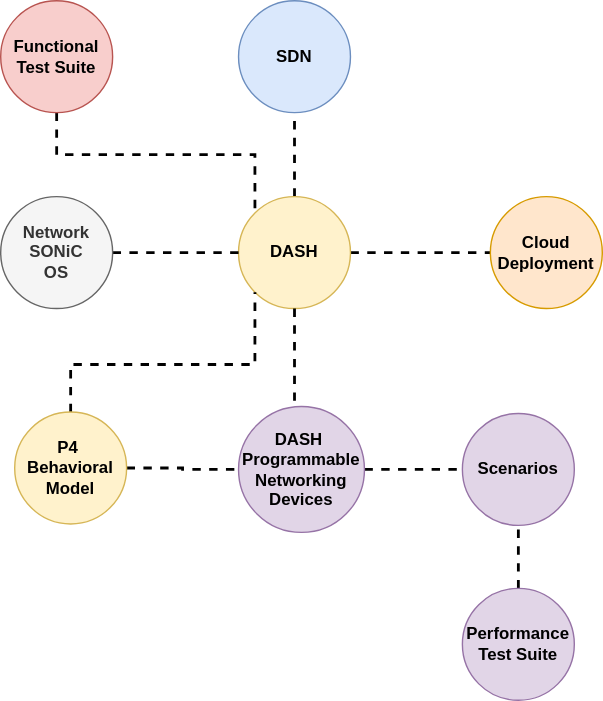
Before: documentation/general/design/images/hld/dash-hld-project-ecosystem.svg, a diagram exported from draw.io (sonic-net/DASH). Source tidied: cells renumbered, new cells last; positions are measured from the earlier drawing's top-left corner, leaving out a move shared by most shapes.
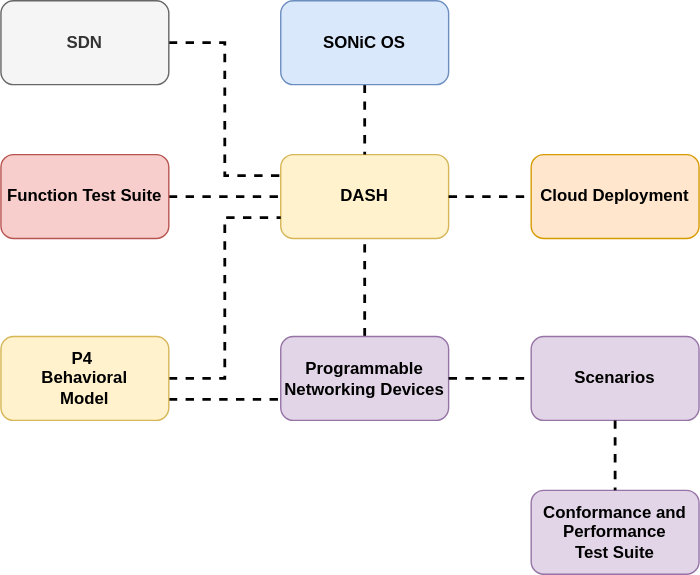
After the change.

Diff of the diagram source:
```diff
@@ -2,66 +2,62 @@
   <root>
     <mxCell id="0" />
     <mxCell id="1" parent="0" />
-    <mxCell id="2" style="edgeStyle=orthogonalEdgeStyle;rounded=0;jettySize=auto;html=1;exitX=0.5;exitY=0;exitDx=0;exitDy=0;entryX=0.5;entryY=1;entryDx=0;entryDy=0;endArrow=none;endFill=0;strokeWidth=2;dashed=1;" parent="1" edge="1" source="4" target="11">
-      <mxGeometry relative="1" as="geometry" />
-    </mxCell>
+    <mxCell id="20" style="group;" parent="1" vertex="1">
+      <mxGeometry x="-14" width="499" height="410" as="geometry" />
+    </mxCell>
+    <mxCell id="4" value="&lt;b&gt;DASH&lt;/b&gt;" style="rounded=1;whiteSpace=wrap;html=1;fillColor=#fff2cc;strokeColor=#d6b656;" parent="20" vertex="1">
+      <mxGeometry x="200" y="110" width="120" height="60" as="geometry" />
+    </mxCell>
+    <mxCell id="21" style="edgeStyle=orthogonalEdgeStyle;rounded=0;jettySize=auto;html=1;exitX=0.5;exitY=1;exitDx=0;exitDy=0;entryX=0.5;entryY=0;entryDx=0;entryDy=0;dashed=1;endArrow=none;endFill=0;strokeWidth=2;" parent="20" edge="1" source="22" target="4">
+      <mxGeometry relative="1" as="geometry" />
+    </mxCell>
+    <mxCell id="22" value="&lt;b style=&quot;color: rgb(0 , 0 , 0)&quot;&gt;SONiC OS&lt;/b&gt;" style="rounded=1;whiteSpace=wrap;html=1;fillColor=#dae8fc;strokeColor=#6c8ebf;" parent="20" vertex="1">
+      <mxGeometry x="200" width="120" height="60" as="geometry" />
+    </mxCell>
+    <mxCell id="5" value="&lt;b&gt;Cloud Deployment&lt;/b&gt;" style="rounded=1;whiteSpace=wrap;html=1;fillColor=#ffe6cc;strokeColor=#d79b00;" parent="20" vertex="1">
+      <mxGeometry x="379" y="110" width="120" height="60" as="geometry" />
+    </mxCell>
-    <mxCell id="3" style="edgeStyle=orthogonalEdgeStyle;rounded=0;jettySize=auto;html=1;exitX=1;exitY=0.5;exitDx=0;exitDy=0;dashed=1;endArrow=none;endFill=0;strokeWidth=2;" parent="1" edge="1" source="4" target="5">
+    <mxCell id="3" style="edgeStyle=orthogonalEdgeStyle;rounded=0;jettySize=auto;html=1;exitX=1;exitY=0.5;exitDx=0;exitDy=0;dashed=1;endArrow=none;endFill=0;strokeWidth=2;" parent="20" edge="1" source="4" target="5">
       <mxGeometry relative="1" as="geometry" />
     </mxCell>
-    <mxCell id="4" value="&lt;b&gt;DASH&lt;/b&gt;" style="ellipse;whiteSpace=wrap;html=1;fillColor=#fff2cc;strokeColor=#d6b656;" parent="1" vertex="1">
-      <mxGeometry x="170" y="140" width="80" height="80" as="geometry" />
-    </mxCell>
-    <mxCell id="5" value="&lt;b&gt;Cloud Deployment&lt;/b&gt;" style="ellipse;whiteSpace=wrap;html=1;fillColor=#ffe6cc;strokeColor=#d79b00;" parent="1" vertex="1">
-      <mxGeometry x="350" y="140" width="80" height="80" as="geometry" />
-    </mxCell>
-    <mxCell id="6" style="edgeStyle=orthogonalEdgeStyle;rounded=0;jettySize=auto;html=1;exitX=1;exitY=0.5;exitDx=0;exitDy=0;entryX=0;entryY=0.5;entryDx=0;entryDy=0;dashed=1;endArrow=none;endFill=0;strokeWidth=2;" parent="1" edge="1" source="7" target="4">
-      <mxGeometry relative="1" as="geometry" />
-    </mxCell>
-    <mxCell id="7" value="&lt;b&gt;Network&lt;br&gt;SONiC&lt;br&gt;OS&lt;br&gt;&lt;/b&gt;" style="ellipse;whiteSpace=wrap;html=1;fillColor=#f5f5f5;strokeColor=#666666;fontColor=#333333;" parent="1" vertex="1">
-      <mxGeometry y="140" width="80" height="80" as="geometry" />
-    </mxCell>
-    <mxCell id="8" style="edgeStyle=orthogonalEdgeStyle;rounded=0;jettySize=auto;html=1;exitX=0.5;exitY=0;exitDx=0;exitDy=0;dashed=1;endArrow=none;endFill=0;strokeWidth=2;entryX=0.5;entryY=1;entryDx=0;entryDy=0;" parent="1" edge="1" target="4">
-      <mxGeometry relative="1" as="geometry">
-        <mxPoint x="210" y="286" as="sourcePoint" />
-      </mxGeometry>
-    </mxCell>
-    <mxCell id="9" style="edgeStyle=orthogonalEdgeStyle;rounded=0;jettySize=auto;html=1;exitX=1;exitY=0.5;exitDx=0;exitDy=0;entryX=0;entryY=0.5;entryDx=0;entryDy=0;dashed=1;endArrow=none;endFill=0;strokeWidth=2;" parent="1" edge="1" source="10" target="12">
-      <mxGeometry relative="1" as="geometry" />
-    </mxCell>
-    <mxCell id="10" value="&lt;b&gt;&lt;br&gt;&lt;br&gt;DASH&amp;nbsp; Programmable&lt;br&gt;Networking Devices&lt;br&gt;&amp;nbsp;&lt;br&gt;&lt;br&gt;&lt;/b&gt;" style="ellipse;whiteSpace=wrap;html=1;fillColor=#e1d5e7;strokeColor=#9673a6;" parent="1" vertex="1">
-      <mxGeometry x="170" y="290" width="90" height="90" as="geometry" />
-    </mxCell>
+    <mxCell id="23" style="edgeStyle=orthogonalEdgeStyle;rounded=0;jettySize=auto;html=1;exitX=1;exitY=0.5;exitDx=0;exitDy=0;entryX=0;entryY=0.25;entryDx=0;entryDy=0;dashed=1;endArrow=none;endFill=0;strokeWidth=2;" parent="20" edge="1" source="11" target="4">
+      <mxGeometry relative="1" as="geometry" />
+    </mxCell>
-    <mxCell id="11" value="&lt;b&gt;SDN&lt;/b&gt;" style="ellipse;whiteSpace=wrap;html=1;fillColor=#dae8fc;strokeColor=#6c8ebf;" parent="1" vertex="1">
-      <mxGeometry x="170" width="80" height="80" as="geometry" />
+    <mxCell id="11" value="&lt;b&gt;SDN&lt;/b&gt;" style="rounded=1;whiteSpace=wrap;html=1;fillColor=#f5f5f5;strokeColor=#666666;fontColor=#333333;" parent="20" vertex="1">
+      <mxGeometry width="120" height="60" as="geometry" />
     </mxCell>
+    <mxCell id="24" style="edgeStyle=orthogonalEdgeStyle;rounded=0;jettySize=auto;html=1;exitX=1;exitY=0.5;exitDx=0;exitDy=0;entryX=0;entryY=0.5;entryDx=0;entryDy=0;dashed=1;endArrow=none;endFill=0;strokeWidth=2;" parent="20" edge="1" source="25" target="4">
+      <mxGeometry relative="1" as="geometry" />
+    </mxCell>
+    <mxCell id="25" value="&lt;b style=&quot;color: rgb(0 , 0 , 0)&quot;&gt;Function Test Suite&lt;/b&gt;" style="rounded=1;whiteSpace=wrap;html=1;fillColor=#f8cecc;strokeColor=#b85450;" parent="20" vertex="1">
+      <mxGeometry y="110" width="120" height="60" as="geometry" />
+    </mxCell>
+    <mxCell id="26" style="edgeStyle=orthogonalEdgeStyle;rounded=0;jettySize=auto;html=1;exitX=0.5;exitY=0;exitDx=0;exitDy=0;entryX=0.5;entryY=1;entryDx=0;entryDy=0;dashed=1;endArrow=none;endFill=0;strokeWidth=2;" parent="20" edge="1" source="27" target="4">
+      <mxGeometry relative="1" as="geometry" />
+    </mxCell>
+    <mxCell id="27" value="&lt;b&gt;&lt;br&gt;Programmable&lt;br&gt;Networking Devices&lt;br&gt;&amp;nbsp;&lt;br&gt;&lt;/b&gt;" style="rounded=1;whiteSpace=wrap;html=1;fillColor=#e1d5e7;strokeColor=#9673a6;" parent="20" vertex="1">
+      <mxGeometry x="200" y="240" width="120" height="60" as="geometry" />
+    </mxCell>
-    <mxCell id="12" value="&lt;b&gt;Scenarios&lt;br&gt;&lt;/b&gt;" style="ellipse;whiteSpace=wrap;html=1;fillColor=#e1d5e7;strokeColor=#9673a6;" parent="1" vertex="1">
-      <mxGeometry x="330" y="295" width="80" height="80" as="geometry" />
+    <mxCell id="12" value="&lt;b&gt;Scenarios&lt;/b&gt;" style="rounded=1;whiteSpace=wrap;html=1;fillColor=#e1d5e7;strokeColor=#9673a6;" parent="20" vertex="1">
+      <mxGeometry x="379" y="240" width="120" height="60" as="geometry" />
     </mxCell>
-    <mxCell id="13" style="edgeStyle=orthogonalEdgeStyle;rounded=0;jettySize=auto;html=1;exitX=0.5;exitY=0;exitDx=0;exitDy=0;entryX=0.5;entryY=1;entryDx=0;entryDy=0;dashed=1;endArrow=none;endFill=0;strokeWidth=2;" parent="1" edge="1" source="14" target="12">
-      <mxGeometry relative="1" as="geometry" />
-    </mxCell>
-    <mxCell id="14" value="&lt;b&gt;Performance&lt;br&gt;Test Suite&lt;br&gt;&lt;/b&gt;" style="ellipse;whiteSpace=wrap;html=1;fillColor=#e1d5e7;strokeColor=#9673a6;" parent="1" vertex="1">
-      <mxGeometry x="330" y="420" width="80" height="80" as="geometry" />
-    </mxCell>
-    <mxCell id="15" style="edgeStyle=orthogonalEdgeStyle;rounded=0;jettySize=auto;html=1;exitX=1;exitY=0.5;exitDx=0;exitDy=0;entryX=0;entryY=0.5;entryDx=0;entryDy=0;dashed=1;endArrow=none;endFill=0;strokeWidth=2;" parent="1" edge="1" source="17" target="10">
-      <mxGeometry relative="1" as="geometry" />
-    </mxCell>
+    <mxCell id="28" style="edgeStyle=orthogonalEdgeStyle;rounded=0;jettySize=auto;html=1;exitX=1;exitY=0.5;exitDx=0;exitDy=0;entryX=0;entryY=0.5;entryDx=0;entryDy=0;dashed=1;endArrow=none;endFill=0;strokeWidth=2;" parent="20" edge="1" source="27" target="12">
+      <mxGeometry relative="1" as="geometry" />
+    </mxCell>
-    <mxCell id="16" style="edgeStyle=orthogonalEdgeStyle;rounded=0;jettySize=auto;html=1;exitX=0.5;exitY=0;exitDx=0;exitDy=0;entryX=0;entryY=1;entryDx=0;entryDy=0;dashed=1;endArrow=none;endFill=0;strokeWidth=2;" parent="1" edge="1" source="17" target="4">
-      <mxGeometry relative="1" as="geometry">
-        <Array as="points">
-          <mxPoint x="50" y="260" />
-          <mxPoint x="182" y="260" />
-        </Array>
-      </mxGeometry>
+    <mxCell id="16" style="edgeStyle=orthogonalEdgeStyle;rounded=0;jettySize=auto;html=1;exitX=1;exitY=0.5;exitDx=0;exitDy=0;entryX=0;entryY=0.75;entryDx=0;entryDy=0;dashed=1;endArrow=none;endFill=0;strokeWidth=2;" parent="20" edge="1" source="17" target="4">
+      <mxGeometry relative="1" as="geometry" />
     </mxCell>
+    <mxCell id="29" style="edgeStyle=orthogonalEdgeStyle;rounded=0;jettySize=auto;html=1;exitX=1;exitY=0.75;exitDx=0;exitDy=0;entryX=0;entryY=0.75;entryDx=0;entryDy=0;dashed=1;endArrow=none;endFill=0;strokeWidth=2;" parent="20" edge="1" source="17" target="27">
+      <mxGeometry relative="1" as="geometry" />
+    </mxCell>
-    <mxCell id="17" value="&lt;b&gt;P4&amp;nbsp;&lt;br&gt;Behavioral&lt;br&gt;Model&lt;br&gt;&lt;/b&gt;" style="ellipse;whiteSpace=wrap;html=1;fillColor=#fff2cc;strokeColor=#d6b656;" parent="1" vertex="1">
-      <mxGeometry x="10" y="294" width="80" height="80" as="geometry" />
+    <mxCell id="17" value="&lt;b&gt;P4&amp;nbsp;&lt;br&gt;Behavioral&lt;br&gt;Model&lt;/b&gt;" style="rounded=1;whiteSpace=wrap;html=1;fillColor=#fff2cc;strokeColor=#d6b656;" parent="20" vertex="1">
+      <mxGeometry y="240" width="120" height="60" as="geometry" />
     </mxCell>
-    <mxCell id="18" style="edgeStyle=orthogonalEdgeStyle;rounded=0;jettySize=auto;html=1;exitX=0.5;exitY=1;exitDx=0;exitDy=0;entryX=0;entryY=0;entryDx=0;entryDy=0;dashed=1;endArrow=none;endFill=0;strokeWidth=2;" parent="1" edge="1" source="19" target="4">
-      <mxGeometry relative="1" as="geometry" />
-    </mxCell>
-    <mxCell id="19" value="&lt;b&gt;Functional&lt;br&gt;Test Suite&lt;br&gt;&lt;/b&gt;" style="ellipse;whiteSpace=wrap;html=1;fillColor=#f8cecc;strokeColor=#b85450;" parent="1" vertex="1">
-      <mxGeometry width="80" height="80" as="geometry" />
-    </mxCell>
+    <mxCell id="30" value="&lt;b&gt;Conformance and&lt;br&gt;Performance&lt;br&gt;Test Suite&lt;/b&gt;" style="rounded=1;whiteSpace=wrap;html=1;fillColor=#e1d5e7;strokeColor=#9673a6;" parent="20" vertex="1">
+      <mxGeometry x="379" y="350" width="120" height="60" as="geometry" />
+    </mxCell>
+    <mxCell id="31" style="edgeStyle=orthogonalEdgeStyle;rounded=0;jettySize=auto;html=1;exitX=0.5;exitY=1;exitDx=0;exitDy=0;entryX=0.5;entryY=0;entryDx=0;entryDy=0;dashed=1;endArrow=none;endFill=0;strokeWidth=2;" parent="20" edge="1" source="12" target="30">
+      <mxGeometry relative="1" as="geometry" />
+    </mxCell>
   </root>
 </mxGraphModel>
```
